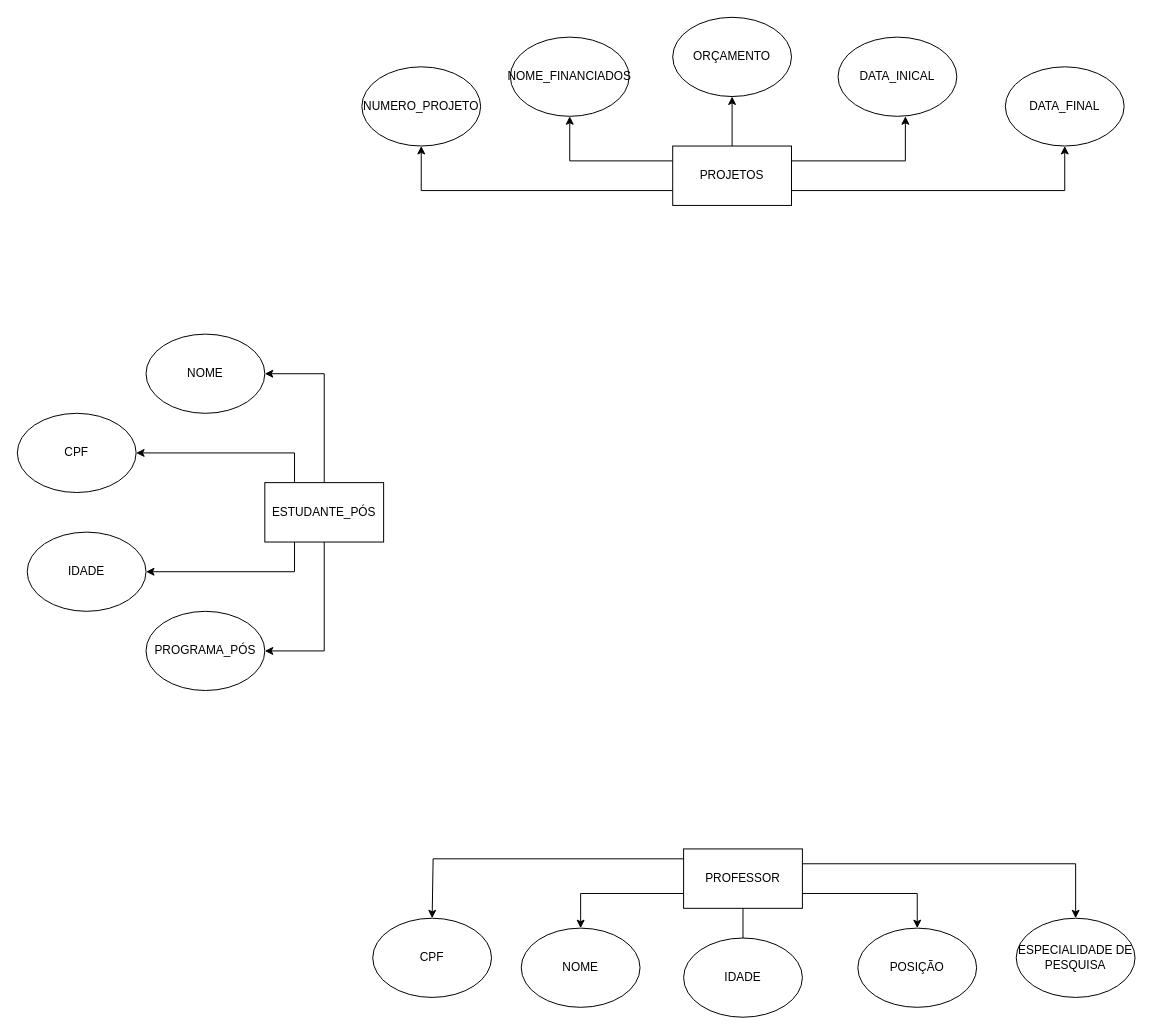
Above: aula5.drawio in jimmykiedis/primeiro (draw.io), before the change. Source tidied: cells renumbered, new cells numbered last; positions are measured from the earlier drawing's top-left corner, leaving out a move shared by most shapes. Both pictures are drawn from the tidied source at 99%, with x=0, y=0 at pixel (17, 17).
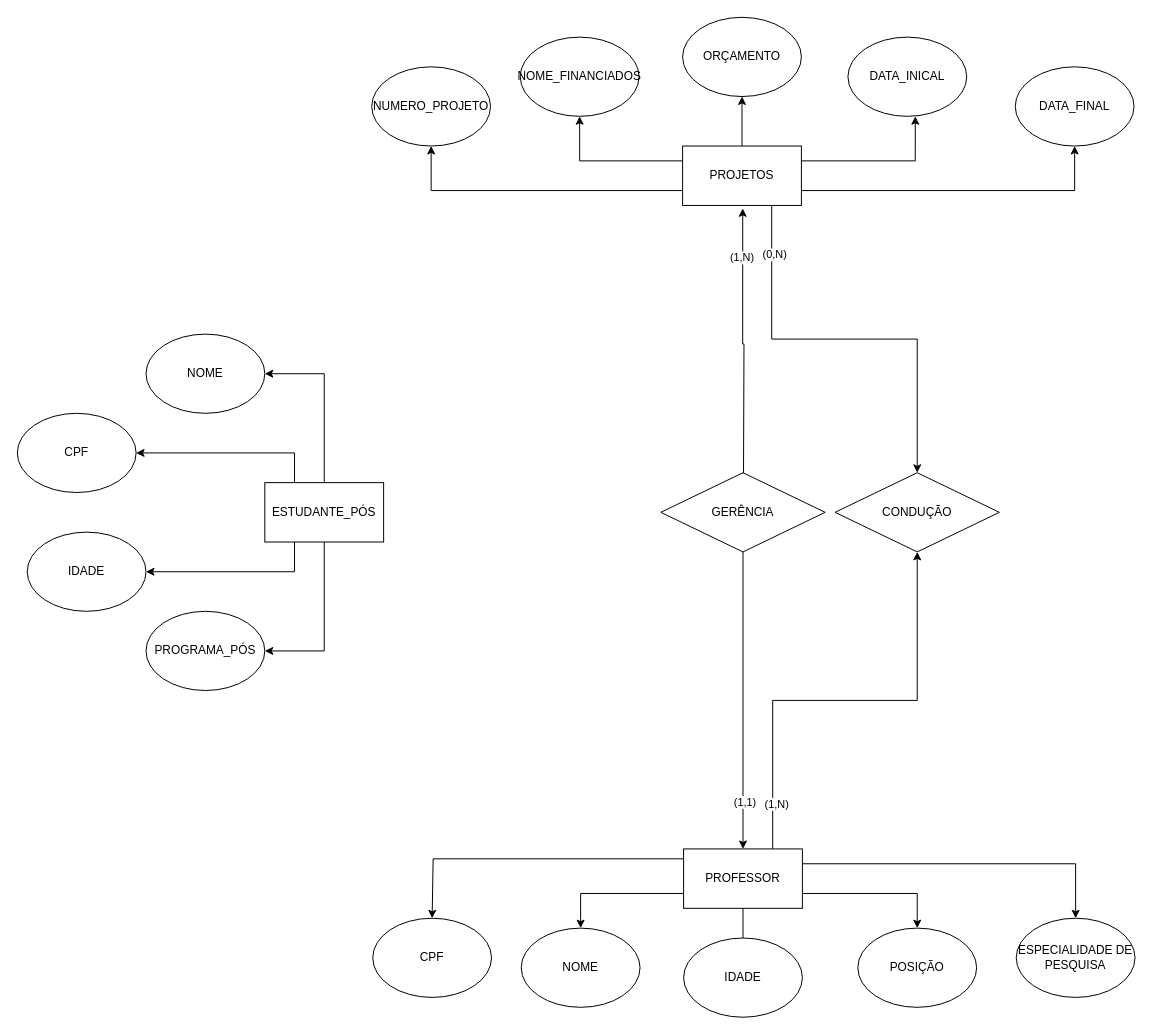
The same page after the edit.

The change refers to these unchanged cells:
```xml
<mxCell id="7" value="PROFESSOR" style="rounded=0;whiteSpace=wrap;html=1;" parent="1" vertex="1">
  <mxGeometry x="673" y="840" width="120" height="60" as="geometry" />
</mxCell>
```

What changed in the source:
```diff
@@
+    <mxCell id="33" style="edgeStyle=orthogonalEdgeStyle;rounded=0;jettySize=auto;html=1;exitX=0.75;exitY=0;exitDx=0;exitDy=0;entryX=0.5;entryY=1;entryDx=0;entryDy=0;" parent="1" edge="1" source="7" target="42">
+      <mxGeometry relative="1" as="geometry" />
+    </mxCell>
+    <mxCell id="34" value="&lt;div&gt;(1,N)&lt;/div&gt;" style="edgeLabel;html=1;align=center;verticalAlign=middle;" parent="33" vertex="1">
+      <mxGeometry x="-0.79" y="-3" relative="1" as="geometry">
+        <mxPoint y="1" as="offset" />
+      </mxGeometry>
+    </mxCell>
@@
+    <mxCell id="35" style="edgeStyle=orthogonalEdgeStyle;rounded=0;jettySize=auto;html=1;exitX=0.75;exitY=1;exitDx=0;exitDy=0;entryX=0.5;entryY=0;entryDx=0;entryDy=0;" parent="1" edge="1" source="17" target="42">
+      <mxGeometry relative="1" as="geometry" />
+    </mxCell>
+    <mxCell id="36" value="(0,N)" style="edgeLabel;html=1;align=center;verticalAlign=middle;" parent="35" vertex="1">
+      <mxGeometry x="-0.75" y="2" relative="1" as="geometry">
+        <mxPoint y="-3" as="offset" />
+      </mxGeometry>
+    </mxCell>
     <mxCell id="17" value="PROJETOS" style="rounded=0;whiteSpace=wrap;html=1;" parent="1" vertex="1">
-      <mxGeometry x="662" y="130" width="120" height="60" as="geometry" />
+      <mxGeometry x="672" y="130" width="120" height="60" as="geometry" />
     </mxCell>
     <mxCell id="18" value="NUMERO_PROJETO" style="ellipse;whiteSpace=wrap;html=1;" parent="1" vertex="1">
-      <mxGeometry x="348" y="50" width="120" height="80" as="geometry" />
+      <mxGeometry x="358" y="50" width="120" height="80" as="geometry" />
     </mxCell>
     <mxCell id="19" value="NOME_FINANCIADOS" style="ellipse;whiteSpace=wrap;html=1;" parent="1" vertex="1">
-      <mxGeometry x="498" y="20" width="120" height="80" as="geometry" />
+      <mxGeometry x="508" y="20" width="120" height="80" as="geometry" />
     </mxCell>
     <mxCell id="20" value="ORÇAMENTO" style="ellipse;whiteSpace=wrap;html=1;" parent="1" vertex="1">
-      <mxGeometry x="662" width="120" height="80" as="geometry" />
+      <mxGeometry x="672" width="120" height="80" as="geometry" />
     </mxCell>
     <mxCell id="21" value="DATA_INICAL" style="ellipse;whiteSpace=wrap;html=1;" parent="1" vertex="1">
-      <mxGeometry x="829" y="20" width="120" height="80" as="geometry" />
+      <mxGeometry x="839" y="20" width="120" height="80" as="geometry" />
     </mxCell>
     <mxCell id="22" value="DATA_FINAL" style="ellipse;whiteSpace=wrap;html=1;" parent="1" vertex="1">
-      <mxGeometry x="998" y="50" width="120" height="80" as="geometry" />
+      <mxGeometry x="1008" y="50" width="120" height="80" as="geometry" />
     </mxCell>
@@
+    <mxCell id="37" style="edgeStyle=orthogonalEdgeStyle;rounded=0;jettySize=auto;html=1;entryX=0.506;entryY=1.05;entryDx=0;entryDy=0;entryPerimeter=0;" parent="1" edge="1" target="17">
+      <mxGeometry relative="1" as="geometry">
+        <mxPoint x="733.5" y="470" as="sourcePoint" />
+      </mxGeometry>
+    </mxCell>
+    <mxCell id="38" value="(1,N)" style="edgeLabel;html=1;align=center;verticalAlign=middle;" parent="37" vertex="1">
+      <mxGeometry x="0.65" y="1" relative="1" as="geometry">
+        <mxPoint y="1" as="offset" />
+      </mxGeometry>
+    </mxCell>
+    <mxCell id="39" style="edgeStyle=orthogonalEdgeStyle;rounded=0;orthogonalLoop=1;jettySize=auto;html=1;entryX=0.5;entryY=0;entryDx=0;entryDy=0;" parent="1" edge="1">
+      <mxGeometry relative="1" as="geometry">
+        <mxPoint x="733" y="540" as="sourcePoint" />
+        <mxPoint x="733" y="840" as="targetPoint" />
+      </mxGeometry>
+    </mxCell>
+    <mxCell id="40" value="(1,1)" style="edgeLabel;html=1;align=center;verticalAlign=middle;" parent="39" vertex="1">
+      <mxGeometry x="0.68" y="1" relative="1" as="geometry" />
+    </mxCell>
+    <mxCell id="41" value="GERÊNCIA" style="rhombus;whiteSpace=wrap;html=1;" parent="1" vertex="1">
+      <mxGeometry x="650" y="460" width="166" height="80" as="geometry" />
+    </mxCell>
+    <mxCell id="42" value="&lt;div&gt;CONDUÇÃO&lt;/div&gt;" style="rhombus;whiteSpace=wrap;html=1;" parent="1" vertex="1">
+      <mxGeometry x="826" y="460" width="166" height="80" as="geometry" />
+    </mxCell>
```
